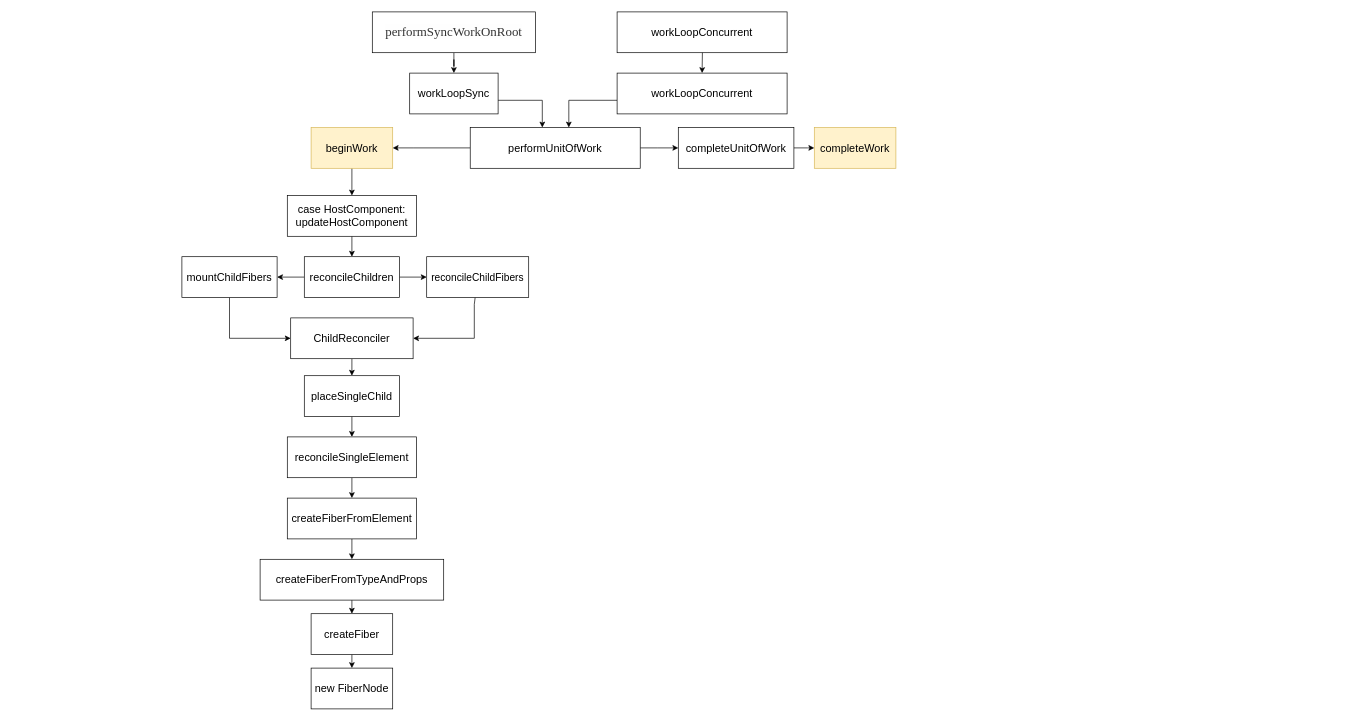
xiaochen1024/react_code keeps this draw.io diagram as page "Page-5" (5 of 5) of 第五章_0.drawio. Above is the earlier version. Source tidied: cells renumbered, new cells numbered last; positions are measured from the earlier drawing's top-left corner, leaving out a move shared by most shapes. Both pictures are drawn from the tidied source at 68%, with x=0, y=0 at pixel (182, 12).
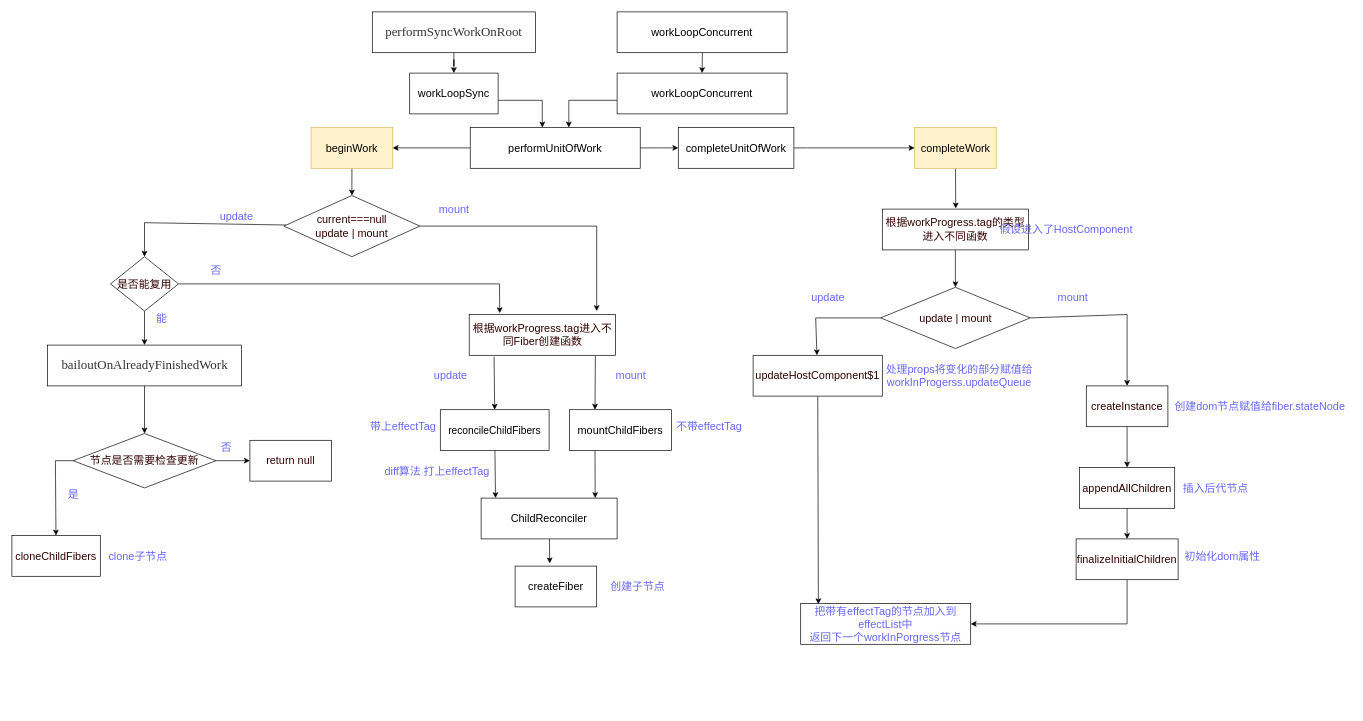
The same diagram, later.

Unchanged cells that the change refers to:
```xml
<mxCell id="14" value="&lt;font style=&quot;font-size: 16px&quot;&gt;beginWork&lt;/font&gt;" style="rounded=0;whiteSpace=wrap;html=1;strokeWidth=1;fillColor=#fff2cc;strokeColor=#d6b656;" parent="1" vertex="1">
  <mxGeometry x="190" y="170" width="120" height="60" as="geometry" />
</mxCell>
```

Diff of the diagram source:
```diff
@@
-    <mxCell id="13" style="edgeStyle=none;rounded=0;jettySize=auto;html=1;strokeWidth=1;" parent="1" edge="1" source="14" target="19">
-      <mxGeometry relative="1" as="geometry" />
-    </mxCell>
+    <mxCell id="40" style="edgeStyle=none;rounded=0;jettySize=auto;html=1;exitX=0.5;exitY=1;exitDx=0;exitDy=0;entryX=0.5;entryY=0;entryDx=0;entryDy=0;strokeWidth=1;fontSize=16;fontColor=#6666FF;" parent="1" edge="1" source="14" target="44">
+      <mxGeometry relative="1" as="geometry" />
+    </mxCell>
@@
+    <mxCell id="41" style="edgeStyle=none;rounded=0;jettySize=auto;html=1;strokeWidth=1;fontSize=16;fontColor=#6666FF;" parent="1" edge="1" source="17">
+      <mxGeometry relative="1" as="geometry">
+        <mxPoint x="1138" y="289" as="targetPoint" />
+      </mxGeometry>
+    </mxCell>
     <mxCell id="17" value="&lt;font style=&quot;font-size: 16px&quot;&gt;completeWork&lt;/font&gt;" style="whiteSpace=wrap;html=1;rounded=0;strokeWidth=1;fillColor=#fff2cc;strokeColor=#d6b656;" parent="1" vertex="1">
-      <mxGeometry x="930" y="170" width="120" height="60" as="geometry" />
+      <mxGeometry x="1077.5" y="170" width="120" height="60" as="geometry" />
     </mxCell>
-    <mxCell id="18" style="edgeStyle=none;rounded=0;jettySize=auto;html=1;strokeWidth=1;" parent="1" edge="1" source="19" target="22">
-      <mxGeometry relative="1" as="geometry" />
-    </mxCell>
-    <mxCell id="19" value="&lt;font&gt;&lt;span style=&quot;font-size: 16px&quot;&gt;case HostComponent:&lt;/span&gt;&lt;br&gt;&lt;span style=&quot;font-size: 16px&quot;&gt;updateHostComponent&lt;/span&gt;&lt;/font&gt;" style="whiteSpace=wrap;html=1;rounded=0;strokeWidth=1;" parent="1" vertex="1">
-      <mxGeometry x="155" y="270" width="190" height="60" as="geometry" />
-    </mxCell>
-    <mxCell id="20" style="edgeStyle=none;rounded=0;jettySize=auto;html=1;strokeWidth=1;" parent="1" edge="1" source="22" target="24">
-      <mxGeometry relative="1" as="geometry" />
-    </mxCell>
-    <mxCell id="21" style="edgeStyle=none;rounded=0;jettySize=auto;html=1;strokeWidth=1;" parent="1" edge="1" source="22" target="26">
-      <mxGeometry relative="1" as="geometry" />
-    </mxCell>
-    <mxCell id="22" value="&lt;font style=&quot;font-size: 16px&quot;&gt;reconcileChildren&lt;/font&gt;" style="whiteSpace=wrap;html=1;rounded=0;strokeWidth=1;" parent="1" vertex="1">
-      <mxGeometry x="180" y="360" width="140" height="60" as="geometry" />
-    </mxCell>
-    <mxCell id="23" style="edgeStyle=none;rounded=0;jettySize=auto;html=1;entryX=0;entryY=0.5;entryDx=0;entryDy=0;strokeWidth=1;" parent="1" edge="1" source="24" target="28">
-      <mxGeometry relative="1" as="geometry">
-        <Array as="points">
-          <mxPoint x="70" y="480" />
-        </Array>
-      </mxGeometry>
+    <mxCell id="23" style="edgeStyle=none;rounded=0;jettySize=auto;html=1;entryX=0.106;entryY=0;entryDx=0;entryDy=0;entryPerimeter=0;strokeWidth=1;fontSize=16;fontColor=#6666FF;" parent="1" edge="1" source="24" target="28">
+      <mxGeometry relative="1" as="geometry" />
     </mxCell>
-    <mxCell id="24" value="&lt;font style=&quot;font-size: 16px&quot;&gt;mountChildFibers&lt;/font&gt;" style="whiteSpace=wrap;html=1;rounded=0;strokeWidth=1;" parent="1" vertex="1">
-      <mxGeometry y="360" width="140" height="60" as="geometry" />
+    <mxCell id="24" value="&lt;font style=&quot;font-size: 16px&quot;&gt;&lt;span style=&quot;font-size: 15px&quot;&gt;reconcileChildFibers&lt;/span&gt;&lt;br&gt;&lt;/font&gt;" style="whiteSpace=wrap;html=1;rounded=0;strokeWidth=1;" parent="1" vertex="1">
+      <mxGeometry x="380" y="585" width="160" height="60" as="geometry" />
     </mxCell>
-    <mxCell id="25" style="edgeStyle=none;rounded=0;jettySize=auto;html=1;entryX=1;entryY=0.5;entryDx=0;entryDy=0;strokeWidth=1;" parent="1" edge="1" source="26" target="28">
-      <mxGeometry relative="1" as="geometry">
-        <Array as="points">
-          <mxPoint x="430" y="430" />
-          <mxPoint x="430" y="480" />
-        </Array>
-      </mxGeometry>
+    <mxCell id="25" style="edgeStyle=none;rounded=0;jettySize=auto;html=1;entryX=0.839;entryY=0;entryDx=0;entryDy=0;entryPerimeter=0;strokeWidth=1;fontSize=16;fontColor=#6666FF;exitX=0.25;exitY=1;exitDx=0;exitDy=0;" parent="1" edge="1" source="26" target="28">
+      <mxGeometry relative="1" as="geometry" />
     </mxCell>
-    <mxCell id="26" value="&lt;font style=&quot;font-size: 15px&quot;&gt;reconcileChildFibers&lt;/font&gt;" style="whiteSpace=wrap;html=1;rounded=0;strokeWidth=1;" parent="1" vertex="1">
-      <mxGeometry x="360" y="360" width="150" height="60" as="geometry" />
+    <mxCell id="26" value="&lt;span style=&quot;font-size: 16px&quot;&gt;mountChildFibers&lt;/span&gt;" style="whiteSpace=wrap;html=1;rounded=0;strokeWidth=1;" parent="1" vertex="1">
+      <mxGeometry x="570" y="585" width="150" height="60" as="geometry" />
     </mxCell>
-    <mxCell id="27" style="edgeStyle=none;rounded=0;jettySize=auto;html=1;strokeWidth=1;" parent="1" edge="1" source="28" target="30">
+    <mxCell id="27" style="edgeStyle=none;rounded=0;jettySize=auto;html=1;strokeWidth=1;entryX=0.425;entryY=-0.067;entryDx=0;entryDy=0;entryPerimeter=0;" parent="1" edge="1" source="28" target="38">
       <mxGeometry relative="1" as="geometry" />
     </mxCell>
     <mxCell id="28" value="&lt;font style=&quot;font-size: 16px&quot;&gt;ChildReconciler&lt;/font&gt;" style="whiteSpace=wrap;html=1;rounded=0;strokeWidth=1;" parent="1" vertex="1">
-      <mxGeometry x="160" y="450" width="180" height="60" as="geometry" />
+      <mxGeometry x="440" y="715" width="200" height="60" as="geometry" />
     </mxCell>
-    <mxCell id="29" style="edgeStyle=none;rounded=0;jettySize=auto;html=1;strokeWidth=1;" parent="1" edge="1" source="30" target="32">
-      <mxGeometry relative="1" as="geometry" />
-    </mxCell>
-    <mxCell id="30" value="&lt;font style=&quot;font-size: 16px&quot;&gt;placeSingleChild&lt;/font&gt;" style="whiteSpace=wrap;html=1;rounded=0;strokeWidth=1;" parent="1" vertex="1">
-      <mxGeometry x="180" y="535" width="140" height="60" as="geometry" />
-    </mxCell>
-    <mxCell id="31" style="edgeStyle=none;rounded=0;jettySize=auto;html=1;strokeWidth=1;" parent="1" edge="1" source="32" target="34">
-      <mxGeometry relative="1" as="geometry" />
-    </mxCell>
-    <mxCell id="32" value="&lt;font style=&quot;font-size: 16px&quot;&gt;reconcileSingleElement&lt;/font&gt;" style="whiteSpace=wrap;html=1;rounded=0;strokeWidth=1;" parent="1" vertex="1">
-      <mxGeometry x="155" y="625" width="190" height="60" as="geometry" />
-    </mxCell>
-    <mxCell id="33" style="edgeStyle=none;rounded=0;jettySize=auto;html=1;strokeWidth=1;fontSize=16;fontColor=#6666FF;" parent="1" edge="1" source="34" target="36">
-      <mxGeometry relative="1" as="geometry" />
-    </mxCell>
-    <mxCell id="34" value="&lt;font style=&quot;font-size: 16px&quot;&gt;createFiberFromElement&lt;/font&gt;" style="whiteSpace=wrap;html=1;rounded=0;strokeWidth=1;" parent="1" vertex="1">
-      <mxGeometry x="155" y="715" width="190" height="60" as="geometry" />
-    </mxCell>
-    <mxCell id="35" style="edgeStyle=none;rounded=0;jettySize=auto;html=1;strokeWidth=1;fontSize=16;fontColor=#6666FF;" parent="1" edge="1" source="36" target="38">
-      <mxGeometry relative="1" as="geometry" />
-    </mxCell>
-    <mxCell id="36" value="&lt;font style=&quot;font-size: 16px&quot;&gt;createFiberFromTypeAndProps&lt;/font&gt;" style="whiteSpace=wrap;html=1;rounded=0;strokeWidth=1;" parent="1" vertex="1">
-      <mxGeometry x="115" y="805" width="270" height="60" as="geometry" />
-    </mxCell>
-    <mxCell id="37" style="edgeStyle=none;rounded=0;jettySize=auto;html=1;strokeWidth=1;fontSize=16;fontColor=#6666FF;" parent="1" edge="1" source="38" target="39">
-      <mxGeometry relative="1" as="geometry" />
-    </mxCell>
     <mxCell id="38" value="&lt;font style=&quot;font-size: 16px&quot;&gt;createFiber&lt;/font&gt;" style="whiteSpace=wrap;html=1;rounded=0;strokeWidth=1;" parent="1" vertex="1">
-      <mxGeometry x="190" y="885" width="120" height="60" as="geometry" />
+      <mxGeometry x="490" y="815" width="120" height="60" as="geometry" />
     </mxCell>
-    <mxCell id="39" value="&lt;font style=&quot;font-size: 16px&quot;&gt;new FiberNode&lt;/font&gt;" style="whiteSpace=wrap;html=1;rounded=0;strokeWidth=1;" parent="1" vertex="1">
-      <mxGeometry x="190" y="965" width="120" height="60" as="geometry" />
-    </mxCell>
+    <mxCell id="42" style="edgeStyle=none;rounded=0;jettySize=auto;html=1;entryX=0.5;entryY=0;entryDx=0;entryDy=0;strokeWidth=1;fontSize=16;fontColor=#6666FF;" parent="1" edge="1" source="44" target="47">
+      <mxGeometry relative="1" as="geometry">
+        <Array as="points">
+          <mxPoint x="-55" y="310" />
+        </Array>
+      </mxGeometry>
+    </mxCell>
+    <mxCell id="43" style="edgeStyle=none;rounded=0;jettySize=auto;html=1;strokeWidth=1;fontSize=16;fontColor=#6666FF;exitX=1;exitY=0.5;exitDx=0;exitDy=0;" parent="1" edge="1" source="44">
+      <mxGeometry relative="1" as="geometry">
+        <mxPoint x="610" y="440" as="targetPoint" />
+        <Array as="points">
+          <mxPoint x="610" y="315" />
+        </Array>
+      </mxGeometry>
+    </mxCell>
+    <mxCell id="44" value="&lt;font color=&quot;#330000&quot;&gt;current===null&lt;br&gt;update | mount&lt;/font&gt;" style="rhombus;whiteSpace=wrap;html=1;strokeWidth=1;fontSize=16;fontColor=#6666FF;" parent="1" vertex="1">
+      <mxGeometry x="150" y="270" width="200" height="90" as="geometry" />
+    </mxCell>
+    <mxCell id="45" style="edgeStyle=none;rounded=0;jettySize=auto;html=1;entryX=0.209;entryY=-0.033;entryDx=0;entryDy=0;strokeWidth=1;fontSize=16;fontColor=#6666FF;entryPerimeter=0;" parent="1" edge="1" source="47" target="52">
+      <mxGeometry relative="1" as="geometry">
+        <Array as="points">
+          <mxPoint x="467" y="400" />
+        </Array>
+      </mxGeometry>
+    </mxCell>
+    <mxCell id="46" style="edgeStyle=none;rounded=0;jettySize=auto;html=1;exitX=0.5;exitY=1;exitDx=0;exitDy=0;strokeWidth=1;fontSize=16;fontColor=#6666FF;" parent="1" edge="1" source="47" target="49">
+      <mxGeometry relative="1" as="geometry" />
+    </mxCell>
+    <mxCell id="47" value="&lt;font color=&quot;#330000&quot;&gt;是否能复用&lt;/font&gt;" style="rhombus;whiteSpace=wrap;html=1;strokeWidth=1;fontSize=16;fontColor=#6666FF;" parent="1" vertex="1">
+      <mxGeometry x="-105" y="360" width="100" height="80" as="geometry" />
+    </mxCell>
+    <mxCell id="48" style="edgeStyle=none;rounded=0;jettySize=auto;html=1;entryX=0.5;entryY=0;entryDx=0;entryDy=0;strokeWidth=1;fontSize=16;fontColor=#6666FF;" parent="1" edge="1" source="49" target="59">
+      <mxGeometry relative="1" as="geometry" />
+    </mxCell>
+    <mxCell id="49" value="&lt;span style=&quot;color: rgb(51 , 51 , 51) ; font-family: &amp;#34;vollkorn&amp;#34; , &amp;#34;palatino&amp;#34; , &amp;#34;times&amp;#34; ; font-size: 19px ; text-align: justify ; background-color: rgb(254 , 254 , 254)&quot;&gt;bailoutOnAlreadyFinishedWork&lt;/span&gt;" style="rounded=0;whiteSpace=wrap;html=1;strokeWidth=1;fontSize=16;fontColor=#6666FF;" parent="1" vertex="1">
+      <mxGeometry x="-197.5" y="490" width="285" height="60" as="geometry" />
+    </mxCell>
+    <mxCell id="50" style="edgeStyle=none;rounded=0;jettySize=auto;html=1;entryX=0.25;entryY=0;entryDx=0;entryDy=0;strokeWidth=1;fontSize=16;fontColor=#6666FF;exitX=0.863;exitY=1.017;exitDx=0;exitDy=0;exitPerimeter=0;" parent="1" edge="1" source="52" target="26">
+      <mxGeometry relative="1" as="geometry" />
+    </mxCell>
+    <mxCell id="51" style="edgeStyle=none;rounded=0;jettySize=auto;html=1;entryX=0.5;entryY=0;entryDx=0;entryDy=0;strokeWidth=1;fontSize=16;fontColor=#6666FF;exitX=0.17;exitY=1.033;exitDx=0;exitDy=0;exitPerimeter=0;" parent="1" edge="1" source="52" target="24">
+      <mxGeometry relative="1" as="geometry" />
+    </mxCell>
+    <mxCell id="52" value="&lt;font color=&quot;#330000&quot;&gt;根据workProgress.tag进入不同Fiber创建函数&lt;/font&gt;" style="rounded=0;whiteSpace=wrap;html=1;strokeWidth=1;fontSize=16;fontColor=#6666FF;" parent="1" vertex="1">
+      <mxGeometry x="422.5" y="445" width="215" height="60" as="geometry" />
+    </mxCell>
+    <mxCell id="53" value="update" style="text;html=1;align=center;verticalAlign=middle;fontSize=16;fontColor=#6666FF;" parent="1" vertex="1">
+      <mxGeometry x="50" y="290" width="60" height="20" as="geometry" />
+    </mxCell>
+    <mxCell id="54" value="mount" style="text;html=1;align=center;verticalAlign=middle;fontSize=16;fontColor=#6666FF;" parent="1" vertex="1">
+      <mxGeometry x="370" y="280" width="60" height="20" as="geometry" />
+    </mxCell>
+    <mxCell id="55" value="否" style="text;html=1;align=center;verticalAlign=middle;fontSize=16;fontColor=#6666FF;" parent="1" vertex="1">
+      <mxGeometry x="35" y="370" width="30" height="20" as="geometry" />
+    </mxCell>
+    <mxCell id="56" value="能" style="text;html=1;align=center;verticalAlign=middle;fontSize=16;fontColor=#6666FF;" parent="1" vertex="1">
+      <mxGeometry x="-45" y="440" width="30" height="20" as="geometry" />
+    </mxCell>
+    <mxCell id="57" style="edgeStyle=none;rounded=0;jettySize=auto;html=1;entryX=0;entryY=0.5;entryDx=0;entryDy=0;strokeWidth=1;fontSize=16;fontColor=#6666FF;" parent="1" edge="1" source="59" target="60">
+      <mxGeometry relative="1" as="geometry" />
+    </mxCell>
+    <mxCell id="58" style="edgeStyle=none;rounded=0;jettySize=auto;html=1;strokeWidth=1;fontSize=16;fontColor=#6666FF;exitX=0;exitY=0.5;exitDx=0;exitDy=0;" parent="1" edge="1" source="59" target="61">
+      <mxGeometry relative="1" as="geometry">
+        <Array as="points">
+          <mxPoint x="-186" y="660" />
+        </Array>
+      </mxGeometry>
+    </mxCell>
+    <mxCell id="59" value="&lt;font color=&quot;#330000&quot;&gt;节点是否需要检查更新&lt;/font&gt;" style="rhombus;whiteSpace=wrap;html=1;strokeWidth=1;fontSize=16;fontColor=#6666FF;" parent="1" vertex="1">
+      <mxGeometry x="-160" y="620" width="210" height="80" as="geometry" />
+    </mxCell>
+    <mxCell id="60" value="&lt;font color=&quot;#330000&quot;&gt;return null&lt;/font&gt;" style="rounded=0;whiteSpace=wrap;html=1;strokeWidth=1;fontSize=16;fontColor=#6666FF;" parent="1" vertex="1">
+      <mxGeometry x="100" y="630" width="120" height="60" as="geometry" />
+    </mxCell>
+    <mxCell id="61" value="&lt;font color=&quot;#330000&quot;&gt;cloneChildFibers&lt;/font&gt;" style="whiteSpace=wrap;html=1;fontSize=16;fontColor=#6666FF;strokeWidth=1;" parent="1" vertex="1">
+      <mxGeometry x="-250" y="770" width="130" height="60" as="geometry" />
+    </mxCell>
+    <mxCell id="62" value="diff算法 打上effectTag" style="text;html=1;align=center;verticalAlign=middle;fontSize=16;fontColor=#6666FF;" parent="1" vertex="1">
+      <mxGeometry x="290" y="665" width="170" height="20" as="geometry" />
+    </mxCell>
+    <mxCell id="63" value="否" style="text;html=1;align=center;verticalAlign=middle;fontSize=16;fontColor=#6666FF;" parent="1" vertex="1">
+      <mxGeometry x="50" y="630" width="30" height="20" as="geometry" />
+    </mxCell>
+    <mxCell id="64" value="是" style="text;html=1;align=center;verticalAlign=middle;fontSize=16;fontColor=#6666FF;" parent="1" vertex="1">
+      <mxGeometry x="-175" y="700" width="30" height="20" as="geometry" />
+    </mxCell>
+    <mxCell id="65" value="mount" style="text;html=1;align=center;verticalAlign=middle;fontSize=16;fontColor=#6666FF;" parent="1" vertex="1">
+      <mxGeometry x="630" y="525" width="60" height="20" as="geometry" />
+    </mxCell>
+    <mxCell id="66" value="update" style="text;html=1;align=center;verticalAlign=middle;fontSize=16;fontColor=#6666FF;" parent="1" vertex="1">
+      <mxGeometry x="365" y="525" width="60" height="20" as="geometry" />
+    </mxCell>
+    <mxCell id="67" style="edgeStyle=none;rounded=0;jettySize=auto;html=1;entryX=0.5;entryY=0;entryDx=0;entryDy=0;strokeWidth=1;fontSize=16;fontColor=#6666FF;" parent="1" edge="1" source="68" target="71">
+      <mxGeometry relative="1" as="geometry" />
+    </mxCell>
+    <mxCell id="68" value="&lt;font color=&quot;#330000&quot;&gt;根据workProgress.tag的类型进入不同函数&lt;/font&gt;" style="rounded=0;whiteSpace=wrap;html=1;strokeWidth=1;fontSize=16;fontColor=#6666FF;" parent="1" vertex="1">
+      <mxGeometry x="1030" y="290" width="215" height="60" as="geometry" />
+    </mxCell>
+    <mxCell id="69" style="edgeStyle=none;rounded=0;jettySize=auto;html=1;entryX=0.5;entryY=0;entryDx=0;entryDy=0;strokeWidth=1;fontSize=16;fontColor=#6666FF;exitX=1;exitY=0.5;exitDx=0;exitDy=0;" parent="1" edge="1" source="71" target="73">
+      <mxGeometry relative="1" as="geometry">
+        <Array as="points">
+          <mxPoint x="1390" y="445" />
+        </Array>
+      </mxGeometry>
+    </mxCell>
+    <mxCell id="70" style="edgeStyle=none;rounded=0;jettySize=auto;html=1;exitX=0;exitY=0.5;exitDx=0;exitDy=0;strokeWidth=1;fontSize=16;fontColor=#6666FF;" parent="1" edge="1" source="71" target="76">
+      <mxGeometry relative="1" as="geometry">
+        <Array as="points">
+          <mxPoint x="932" y="450" />
+        </Array>
+      </mxGeometry>
+    </mxCell>
+    <mxCell id="71" value="&lt;font color=&quot;#330000&quot;&gt;update | mount&lt;/font&gt;" style="rhombus;whiteSpace=wrap;html=1;strokeWidth=1;fontSize=16;fontColor=#6666FF;" parent="1" vertex="1">
+      <mxGeometry x="1027.5" y="405" width="220" height="90" as="geometry" />
+    </mxCell>
+    <mxCell id="72" style="edgeStyle=none;rounded=0;jettySize=auto;html=1;exitX=0.5;exitY=1;exitDx=0;exitDy=0;entryX=0.5;entryY=0;entryDx=0;entryDy=0;strokeWidth=1;fontSize=16;fontColor=#6666FF;" parent="1" edge="1" source="73" target="80">
+      <mxGeometry relative="1" as="geometry" />
+    </mxCell>
+    <mxCell id="73" value="&lt;font color=&quot;#330000&quot;&gt;createInstance&lt;/font&gt;" style="rounded=0;whiteSpace=wrap;html=1;strokeWidth=1;fontSize=16;fontColor=#6666FF;" parent="1" vertex="1">
+      <mxGeometry x="1330" y="550" width="120" height="60" as="geometry" />
+    </mxCell>
+    <mxCell id="74" value="mount" style="text;html=1;align=center;verticalAlign=middle;fontSize=16;fontColor=#6666FF;" parent="1" vertex="1">
+      <mxGeometry x="1280" y="410" width="60" height="20" as="geometry" />
+    </mxCell>
+    <mxCell id="75" style="edgeStyle=none;rounded=0;jettySize=auto;html=1;entryX=0.104;entryY=0.017;entryDx=0;entryDy=0;entryPerimeter=0;strokeWidth=1;fontSize=16;fontColor=#6666FF;" parent="1" edge="1" source="76" target="92">
+      <mxGeometry relative="1" as="geometry" />
+    </mxCell>
+    <mxCell id="76" value="&lt;font color=&quot;#330000&quot;&gt;updateHostComponent$1&lt;/font&gt;" style="rounded=0;whiteSpace=wrap;html=1;strokeWidth=1;fontSize=16;fontColor=#6666FF;" parent="1" vertex="1">
+      <mxGeometry x="840" y="505" width="190" height="60" as="geometry" />
+    </mxCell>
+    <mxCell id="77" value="update" style="text;html=1;align=center;verticalAlign=middle;fontSize=16;fontColor=#6666FF;" parent="1" vertex="1">
+      <mxGeometry x="920" y="410" width="60" height="20" as="geometry" />
+    </mxCell>
+    <mxCell id="78" value="假设进入了HostComponent" style="text;html=1;align=center;verticalAlign=middle;fontSize=16;fontColor=#6666FF;" parent="1" vertex="1">
+      <mxGeometry x="1195" y="310" width="210" height="20" as="geometry" />
+    </mxCell>
+    <mxCell id="79" style="edgeStyle=none;rounded=0;jettySize=auto;html=1;entryX=0.5;entryY=0;entryDx=0;entryDy=0;strokeWidth=1;fontSize=16;fontColor=#6666FF;" parent="1" edge="1" source="80" target="82">
+      <mxGeometry relative="1" as="geometry" />
+    </mxCell>
+    <mxCell id="80" value="&lt;font color=&quot;#330000&quot;&gt;appendAllChildren&lt;/font&gt;" style="rounded=0;whiteSpace=wrap;html=1;strokeWidth=1;fontSize=16;fontColor=#6666FF;" parent="1" vertex="1">
+      <mxGeometry x="1320" y="670" width="140" height="60" as="geometry" />
+    </mxCell>
+    <mxCell id="81" style="edgeStyle=none;rounded=0;jettySize=auto;html=1;entryX=1;entryY=0.5;entryDx=0;entryDy=0;strokeWidth=1;fontSize=16;fontColor=#6666FF;" parent="1" edge="1" source="82" target="92">
+      <mxGeometry relative="1" as="geometry">
+        <Array as="points">
+          <mxPoint x="1390" y="900" />
+        </Array>
+      </mxGeometry>
+    </mxCell>
+    <mxCell id="82" value="&lt;font color=&quot;#330000&quot;&gt;finalizeInitialChildren&lt;/font&gt;" style="rounded=0;whiteSpace=wrap;html=1;strokeWidth=1;fontSize=16;fontColor=#6666FF;" parent="1" vertex="1">
+      <mxGeometry x="1315" y="775" width="150" height="60" as="geometry" />
+    </mxCell>
+    <mxCell id="83" value="clone子节点" style="text;html=1;align=center;verticalAlign=middle;fontSize=16;fontColor=#6666FF;" parent="1" vertex="1">
+      <mxGeometry x="-115" y="790" width="100" height="20" as="geometry" />
+    </mxCell>
+    <mxCell id="84" value="创建子节点" style="text;html=1;align=center;verticalAlign=middle;fontSize=16;fontColor=#6666FF;" parent="1" vertex="1">
+      <mxGeometry x="620" y="835" width="100" height="20" as="geometry" />
+    </mxCell>
+    <mxCell id="85" value="带上effectTag" style="text;html=1;align=center;verticalAlign=middle;fontSize=16;fontColor=#6666FF;" parent="1" vertex="1">
+      <mxGeometry x="270" y="600" width="110" height="20" as="geometry" />
+    </mxCell>
+    <mxCell id="86" value="不带effectTag" style="text;html=1;align=center;verticalAlign=middle;fontSize=16;fontColor=#6666FF;" parent="1" vertex="1">
+      <mxGeometry x="720" y="600" width="110" height="20" as="geometry" />
+    </mxCell>
+    <mxCell id="87" value="创建dom节点赋值给fiber.stateNode&lt;br&gt;" style="text;html=1;align=center;verticalAlign=middle;fontSize=16;fontColor=#6666FF;" parent="1" vertex="1">
+      <mxGeometry x="1450" y="570" width="270" height="20" as="geometry" />
+    </mxCell>
+    <mxCell id="88" value="插入后代节点" style="text;html=1;align=center;verticalAlign=middle;fontSize=16;fontColor=#6666FF;" parent="1" vertex="1">
+      <mxGeometry x="1465" y="690" width="110" height="20" as="geometry" />
+    </mxCell>
+    <mxCell id="89" value="初始化dom属性" style="text;html=1;align=center;verticalAlign=middle;fontSize=16;fontColor=#6666FF;" parent="1" vertex="1">
+      <mxGeometry x="1465" y="790" width="130" height="20" as="geometry" />
+    </mxCell>
+    <mxCell id="90" value="处理props将变化的部分赋值给&lt;br&gt;workInProgerss.updateQueue" style="text;html=1;align=center;verticalAlign=middle;fontSize=16;fontColor=#6666FF;" parent="1" vertex="1">
+      <mxGeometry x="1027.5" y="515" width="230" height="40" as="geometry" />
+    </mxCell>
+    <mxCell id="91" style="edgeStyle=none;rounded=0;jettySize=auto;html=1;exitX=0;exitY=0.5;exitDx=0;exitDy=0;strokeWidth=1;fontSize=16;fontColor=#6666FF;" parent="1" edge="1" source="92">
+      <mxGeometry relative="1" as="geometry">
+        <mxPoint x="1030" y="900" as="targetPoint" />
+      </mxGeometry>
+    </mxCell>
+    <mxCell id="92" value="把带有effectTag的节点加入到effectList中&lt;br&gt;返回下一个workInPorgress节点" style="rounded=0;whiteSpace=wrap;html=1;strokeWidth=1;fontSize=16;fontColor=#6666FF;" parent="1" vertex="1">
+      <mxGeometry x="910" y="870" width="250" height="60" as="geometry" />
+    </mxCell>
```
